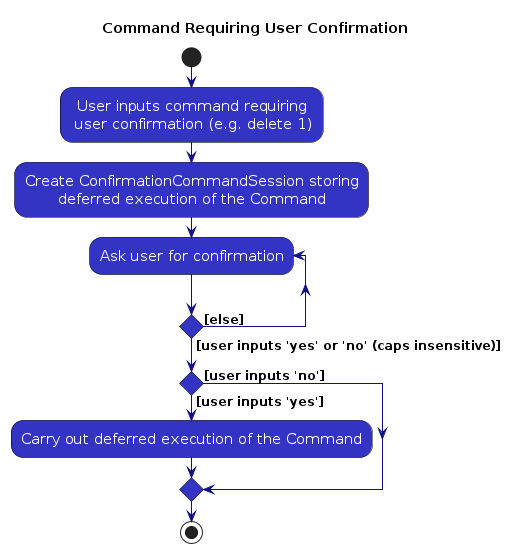
Before: diagrams/ConfirmationCommandSessionActivityDiagram.png, a diagram exported from PlantUML (AY2526S1-CS2103T-T16-4/tp). Its source is kept beside it as diagrams/ConfirmationCommandSessionActivityDiagram.puml.
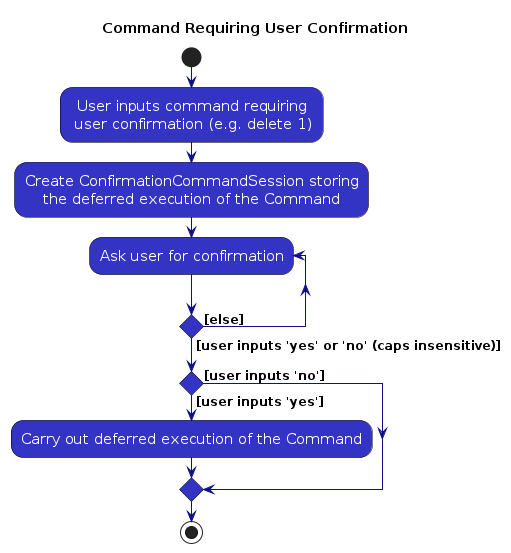
Above is the later version.

The edit, as a diff of the source:
```diff
@@ -11,7 +11,7 @@
 skinparam ArrowFontSize 12
 start
 :User inputs command requiring\n user confirmation (e.g. delete 1);
-:Create ConfirmationCommandSession storing\ndeferred execution of the Command;
+:Create ConfirmationCommandSession storing\nthe deferred execution of the Command;
 repeat :Ask user for confirmation;
 repeat while () is ([else]) not ([user inputs 'yes' or 'no' (caps insensitive)])
 if () then ([user inputs 'yes'])
```
